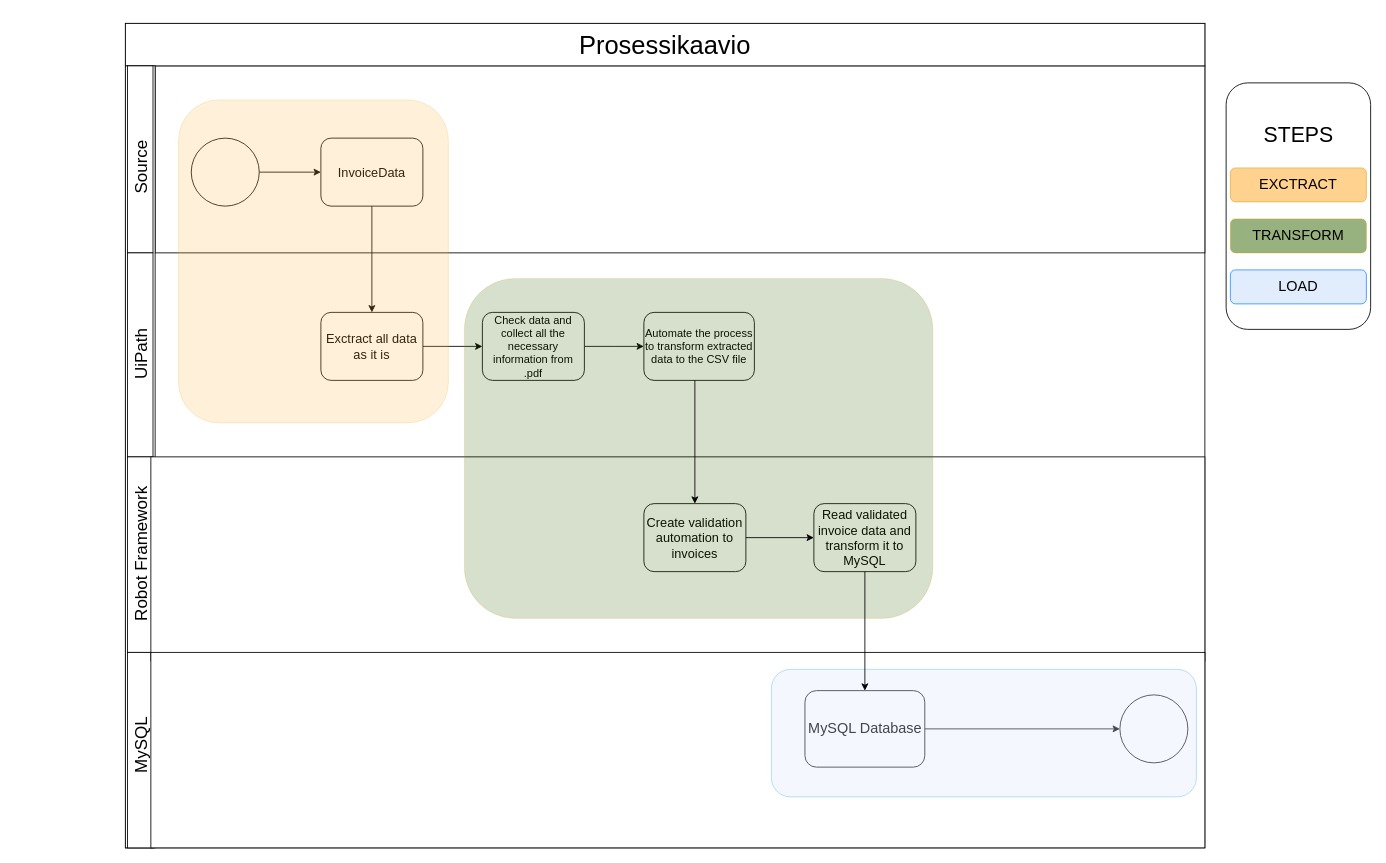
The draw.io diagram prosessikaavio.drawio in Tupolaa/Ohjelmistorobotiikka, before the edit. Source tidied: cells renumbered, new cells numbered last; positions are measured from the earlier drawing's top-left corner, leaving out a move shared by most shapes. Both pictures are drawn from the tidied source at 85%, with x=0, y=0 at pixel (64, 23).
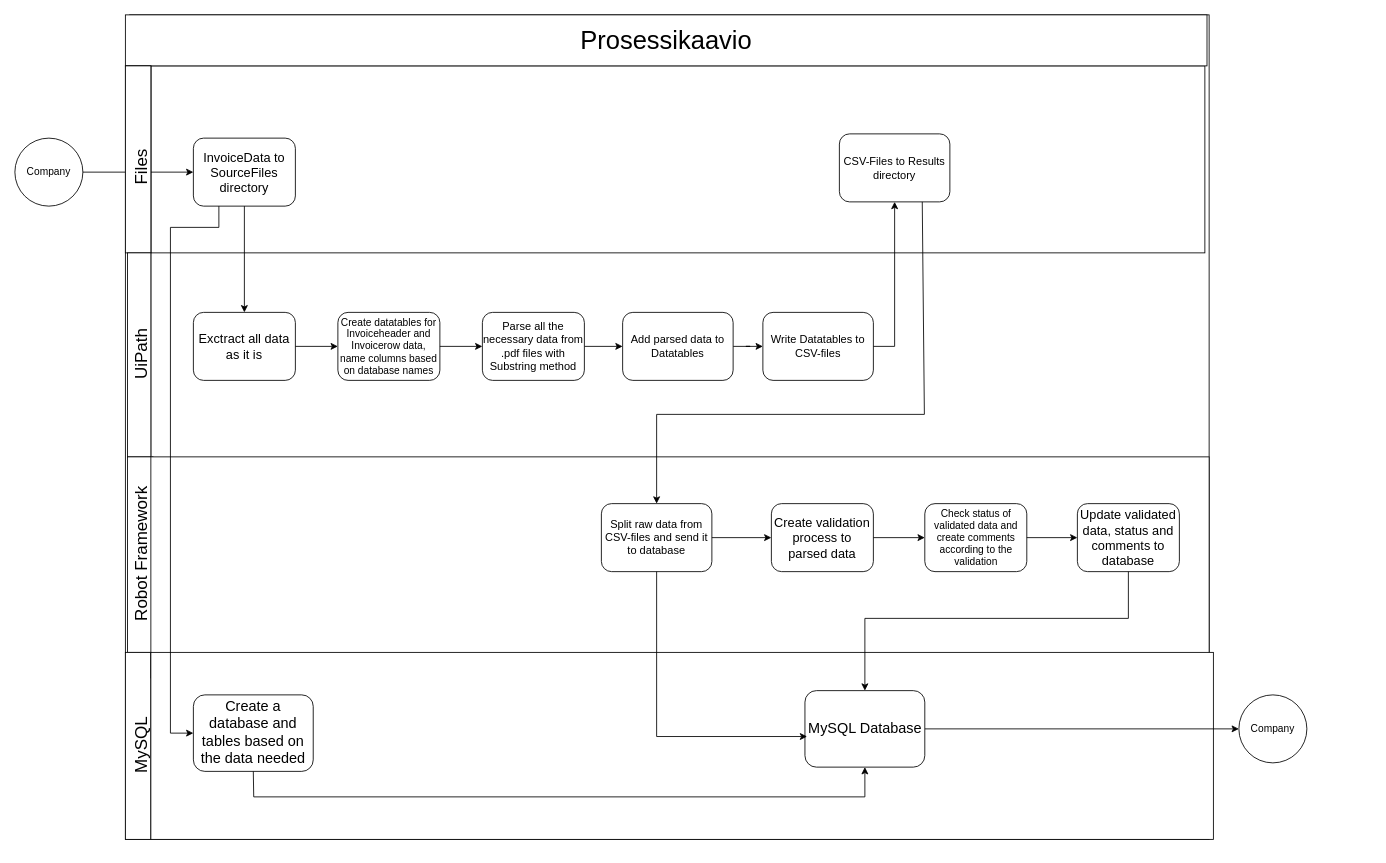
The same page after the edit.

The change refers to these unchanged cells:
```xml
<mxCell id="32" value="&lt;span style=&quot;font-size: 17px;&quot;&gt;MySQL Database&lt;/span&gt;" style="html=1;whiteSpace=wrap;rounded=1;" parent="1" vertex="1">
  <mxGeometry x="871.5" y="785" width="141" height="90" as="geometry" />
</mxCell>
```

What changed in the source:
```diff
@@
-    <mxCell id="2" style="rounded=1;whiteSpace=wrap;html=1;" parent="1" vertex="1">
-      <mxGeometry x="1367" y="70" width="170" height="290" as="geometry" />
-    </mxCell>
     <mxCell id="3" style="rounded=0;whiteSpace=wrap;html=1;" parent="1" vertex="1">
-      <mxGeometry x="72" width="1270" height="970" as="geometry" />
+      <mxGeometry x="77" y="-10" width="1270" height="970" as="geometry" />
     </mxCell>
     <mxCell id="4" style="whiteSpace=wrap;html=1;" parent="1" vertex="1">
-      <mxGeometry x="107" y="50" width="1235" height="220" as="geometry" />
+      <mxGeometry x="102" y="50" width="1240" height="220" as="geometry" />
     </mxCell>
     <mxCell id="5" style="shape=mxgraph.bpmn.shape;html=1;verticalLabelPosition=bottom;labelBackgroundColor=#ffffff;verticalAlign=top;perimeter=ellipsePerimeter;outline=standard;symbol=general;" parent="1" vertex="1">
-      <mxGeometry x="149.5" y="135" width="80" height="80" as="geometry" />
+      <mxGeometry x="-58" y="135" width="80" height="80" as="geometry" />
     </mxCell>
-    <mxCell id="6" value="&lt;span style=&quot;font-size: 15px;&quot;&gt;InvoiceData&lt;/span&gt;" style="shape=ext;rounded=1;html=1;whiteSpace=wrap;" parent="1" vertex="1">
-      <mxGeometry x="302" y="135" width="120" height="80" as="geometry" />
+    <mxCell id="6" value="&lt;span style=&quot;font-size: 15px;&quot;&gt;InvoiceData to SourceFiles directory&lt;/span&gt;" style="shape=ext;rounded=1;html=1;whiteSpace=wrap;" parent="1" vertex="1">
+      <mxGeometry x="152" y="135" width="120" height="80" as="geometry" />
     </mxCell>
-    <mxCell id="7" style="edgeStyle=orthogonalEdgeStyle;rounded=0;jettySize=auto;html=1;entryX=0;entryY=0.5;entryDx=0;entryDy=0;" parent="1" edge="1" source="8" target="23">
-      <mxGeometry relative="1" as="geometry" />
-    </mxCell>
     <mxCell id="8" value="&lt;font style=&quot;font-size: 15px;&quot;&gt;Exctract all data as it is&lt;/font&gt;" style="shape=ext;rounded=1;html=1;whiteSpace=wrap;" parent="1" vertex="1">
-      <mxGeometry x="302" y="340" width="120" height="80" as="geometry" />
+      <mxGeometry x="152" y="340" width="120" height="80" as="geometry" />
     </mxCell>
@@
     <mxCell id="11" value="&lt;font style=&quot;font-size: 30px;&quot;&gt;Prosessikaavio&lt;/font&gt;" style="whiteSpace=wrap;html=1;" parent="1" vertex="1">
-      <mxGeometry x="72" width="1270" height="50" as="geometry" />
+      <mxGeometry x="72" y="-10" width="1272.5" height="60" as="geometry" />
     </mxCell>
     <mxCell id="12" style="whiteSpace=wrap;html=1;" parent="1" vertex="1">
-      <mxGeometry x="72" y="50" width="35" height="920" as="geometry" />
+      <mxGeometry x="72" y="50" width="30" height="910" as="geometry" />
     </mxCell>
     <mxCell id="13" style="whiteSpace=wrap;html=1;direction=south;" parent="1" vertex="1">
-      <mxGeometry x="74.5" y="50" width="30" height="220" as="geometry" />
+      <mxGeometry x="72" y="50" width="30" height="220" as="geometry" />
     </mxCell>
     <mxCell id="14" style="whiteSpace=wrap;html=1;direction=south;" parent="1" vertex="1">
-      <mxGeometry x="74.5" y="270" width="30" height="240" as="geometry" />
+      <mxGeometry x="74.5" y="270" width="27.5" height="240" as="geometry" />
     </mxCell>
@@
+    <mxCell id="41" style="edgeStyle=orthogonalEdgeStyle;rounded=0;jettySize=auto;html=1;" parent="1" edge="1" source="16" target="55">
+      <mxGeometry relative="1" as="geometry" />
+    </mxCell>
     <mxCell id="16" style="whiteSpace=wrap;html=1;direction=south;" parent="1" vertex="1">
-      <mxGeometry x="74.5" y="740" width="30" height="230" as="geometry" />
+      <mxGeometry x="72" y="740" width="30" height="220" as="geometry" />
     </mxCell>
-    <mxCell id="17" value="&lt;font style=&quot;font-size: 20px;&quot;&gt;Source&lt;/font&gt;" style="text;html=1;align=center;verticalAlign=middle;strokeColor=none;fillColor=none;rotation=270;" parent="1" vertex="1">
-      <mxGeometry x="44.5" y="150" width="90" height="40" as="geometry" />
+    <mxCell id="17" value="&lt;font style=&quot;font-size: 20px;&quot;&gt;Files&lt;/font&gt;" style="text;html=1;align=center;verticalAlign=middle;strokeColor=none;fillColor=none;rotation=270;" parent="1" vertex="1">
+      <mxGeometry x="54.5" y="150" width="70" height="40" as="geometry" />
     </mxCell>
@@
     <mxCell id="21" style="whiteSpace=wrap;html=1;" parent="1" vertex="1">
-      <mxGeometry x="102" y="510" width="1240" height="240" as="geometry" />
+      <mxGeometry x="102" y="510" width="1245" height="260" as="geometry" />
     </mxCell>
-    <mxCell id="22" style="edgeStyle=orthogonalEdgeStyle;rounded=0;jettySize=auto;html=1;" parent="1" edge="1" source="23">
-      <mxGeometry relative="1" as="geometry">
-        <mxPoint x="682" y="380" as="targetPoint" />
-      </mxGeometry>
+    <mxCell id="22" style="edgeStyle=orthogonalEdgeStyle;rounded=0;jettySize=auto;html=1;entryX=0;entryY=0.5;entryDx=0;entryDy=0;" parent="1" edge="1" source="23" target="60">
+      <mxGeometry relative="1" as="geometry" />
     </mxCell>
-    <mxCell id="23" value="&lt;font style=&quot;font-size: 13px;&quot;&gt;Check data and collect all the necessary information from .pdf&lt;/font&gt;" style="shape=ext;rounded=1;html=1;whiteSpace=wrap;" parent="1" vertex="1">
+    <mxCell id="23" value="&lt;font style=&quot;font-size: 13px;&quot;&gt;Parse all the necessary data from .pdf files with Substring method&lt;/font&gt;" style="shape=ext;rounded=1;html=1;whiteSpace=wrap;" parent="1" vertex="1">
       <mxGeometry x="492" y="340" width="120" height="80" as="geometry" />
     </mxCell>
     <mxCell id="24" style="whiteSpace=wrap;html=1;" parent="1" vertex="1">
-      <mxGeometry x="102" y="740" width="1240" height="230" as="geometry" />
+      <mxGeometry x="102" y="740" width="1250" height="220" as="geometry" />
     </mxCell>
-    <mxCell id="25" value="&lt;span style=&quot;font-size: 15px;&quot;&gt;Create validation automation to invoices&lt;/span&gt;" style="html=1;whiteSpace=wrap;rounded=1;" parent="1" vertex="1">
-      <mxGeometry x="682" y="565" width="120" height="80" as="geometry" />
-    </mxCell>
@@
-    <mxCell id="27" style="ellipse;whiteSpace=wrap;html=1;rounded=1;" parent="1" vertex="1">
-      <mxGeometry x="1242" y="790" width="80" height="80" as="geometry" />
+    <mxCell id="27" value="Company" style="ellipse;whiteSpace=wrap;html=1;rounded=1;" parent="1" vertex="1">
+      <mxGeometry x="1382" y="790" width="80" height="80" as="geometry" />
     </mxCell>
-    <mxCell id="28" style="rounded=1;whiteSpace=wrap;html=1;fillColor=#FFB545;strokeColor=#d79b00;opacity=20;" parent="1" vertex="1">
-      <mxGeometry x="134.5" y="90" width="317.5" height="380" as="geometry" />
-    </mxCell>
-    <mxCell id="29" value="&lt;font style=&quot;font-size: 13px;&quot;&gt;Automate the process to transform extracted data to the CSV file&lt;/font&gt;" style="rounded=1;whiteSpace=wrap;html=1;fillColor=#FFFFFF;" parent="1" vertex="1">
-      <mxGeometry x="682" y="340" width="130" height="80" as="geometry" />
+    <mxCell id="29" value="&lt;span style=&quot;font-size: 13px;&quot;&gt;Write Datatables to CSV-files&lt;/span&gt;" style="rounded=1;whiteSpace=wrap;html=1;fillColor=#FFFFFF;" parent="1" vertex="1">
+      <mxGeometry x="822" y="340" width="130" height="80" as="geometry" />
     </mxCell>
-    <mxCell id="30" value="&lt;span style=&quot;font-size: 15px;&quot;&gt;Read validated invoice data and transform it to MySQL&lt;/span&gt;" style="html=1;whiteSpace=wrap;rounded=1;" parent="1" vertex="1">
-      <mxGeometry x="882" y="565" width="120" height="80" as="geometry" />
+    <mxCell id="30" value="&lt;span style=&quot;font-size: 15px;&quot;&gt;Update validated data, status and comments to database&lt;/span&gt;" style="html=1;whiteSpace=wrap;rounded=1;" parent="1" vertex="1">
+      <mxGeometry x="1192" y="565" width="120" height="80" as="geometry" />
     </mxCell>
-    <mxCell id="31" style="rounded=1;whiteSpace=wrap;html=1;fillColor=#336600;strokeColor=#d79b00;opacity=20;" parent="1" vertex="1">
-      <mxGeometry x="470.8" y="300" width="551.2" height="400" as="geometry" />
-    </mxCell>
@@
-    <mxCell id="33" style="rounded=1;whiteSpace=wrap;html=1;fillColor=#dae8fc;strokeColor=#007FFF;opacity=30;" parent="1" vertex="1">
-      <mxGeometry x="832" y="760" width="500" height="150" as="geometry" />
-    </mxCell>
-    <mxCell id="34" value="&lt;font style=&quot;font-size: 17px;&quot;&gt;EXCTRACT&lt;/font&gt;" style="rounded=1;whiteSpace=wrap;html=1;fillColor=#FFB545;strokeColor=#d79b00;opacity=60;" parent="1" vertex="1">
-      <mxGeometry x="1372" y="170" width="160" height="40" as="geometry" />
-    </mxCell>
-    <mxCell id="35" value="&lt;font style=&quot;font-size: 17px;&quot;&gt;TRANSFORM&lt;/font&gt;" style="rounded=1;whiteSpace=wrap;html=1;fillColor=#336600;strokeColor=#d79b00;opacity=50;" parent="1" vertex="1">
-      <mxGeometry x="1372" y="230" width="160" height="40" as="geometry" />
-    </mxCell>
-    <mxCell id="36" value="&lt;font style=&quot;font-size: 17px;&quot;&gt;LOAD&lt;/font&gt;" style="rounded=1;whiteSpace=wrap;html=1;fillColor=#dae8fc;strokeColor=#007FFF;opacity=80;" parent="1" vertex="1">
-      <mxGeometry x="1372" y="290" width="160" height="40" as="geometry" />
-    </mxCell>
-    <mxCell id="37" value="&lt;font style=&quot;font-size: 25px;&quot;&gt;STEPS&lt;/font&gt;" style="text;html=1;align=center;verticalAlign=middle;strokeColor=none;fillColor=none;" parent="1" vertex="1">
-      <mxGeometry x="1397" y="110" width="110" height="40" as="geometry" />
-    </mxCell>
-    <mxCell id="38" style="endArrow=classic;html=1;rounded=0;entryX=0.5;entryY=0;entryDx=0;entryDy=0;" parent="1" edge="1" target="25">
-      <mxGeometry relative="1" as="geometry">
-        <mxPoint x="742" y="420" as="sourcePoint" />
-      </mxGeometry>
-    </mxCell>
-    <mxCell id="39" style="endArrow=classic;html=1;rounded=0;entryX=0;entryY=0.5;entryDx=0;entryDy=0;" parent="1" edge="1" target="30">
-      <mxGeometry relative="1" as="geometry">
-        <mxPoint x="802" y="605" as="sourcePoint" />
-      </mxGeometry>
-    </mxCell>
-    <mxCell id="40" style="endArrow=classic;html=1;rounded=0;entryX=0.5;entryY=0;entryDx=0;entryDy=0;" parent="1" edge="1" target="32">
-      <mxGeometry relative="1" as="geometry">
-        <mxPoint x="942" y="645" as="sourcePoint" />
-      </mxGeometry>
-    </mxCell>
+    <mxCell id="42" value="Company" style="text;html=1;align=center;verticalAlign=middle;whiteSpace=wrap;rounded=0;" parent="1" vertex="1">
+      <mxGeometry x="-48" y="160" width="60" height="30" as="geometry" />
+    </mxCell>
+    <mxCell id="43" value="&lt;font style=&quot;font-size: 13px;&quot;&gt;CSV-Files to Results directory&lt;/font&gt;" style="rounded=1;whiteSpace=wrap;html=1;fillColor=#FFFFFF;" parent="1" vertex="1">
+      <mxGeometry x="912" y="130" width="130" height="80" as="geometry" />
+    </mxCell>
+    <mxCell id="44" style="endArrow=classic;html=1;rounded=0;exitX=1;exitY=0.5;exitDx=0;exitDy=0;entryX=0.5;entryY=1;entryDx=0;entryDy=0;" parent="1" edge="1" source="29" target="43">
+      <mxGeometry relative="1" as="geometry">
+        <Array as="points">
+          <mxPoint x="977" y="380" />
+        </Array>
+      </mxGeometry>
+    </mxCell>
+    <mxCell id="25" value="&lt;span style=&quot;font-size: 15px;&quot;&gt;Create validation process to parsed data&lt;/span&gt;" style="html=1;whiteSpace=wrap;rounded=1;" parent="1" vertex="1">
+      <mxGeometry x="832" y="565" width="120" height="80" as="geometry" />
+    </mxCell>
+    <mxCell id="45" value="&lt;font style=&quot;font-size: 13px;&quot;&gt;Split raw data from CSV-files and send it to database&lt;/font&gt;" style="rounded=1;whiteSpace=wrap;html=1;fillColor=#FFFFFF;" parent="1" vertex="1">
+      <mxGeometry x="632" y="565" width="130" height="80" as="geometry" />
+    </mxCell>
+    <mxCell id="46" style="endArrow=classic;html=1;rounded=0;entryX=0.5;entryY=0;entryDx=0;entryDy=0;exitX=0.75;exitY=1;exitDx=0;exitDy=0;" parent="1" edge="1" source="43" target="45">
+      <mxGeometry relative="1" as="geometry">
+        <Array as="points">
+          <mxPoint x="1012" y="460" />
+          <mxPoint x="697" y="460" />
+        </Array>
+      </mxGeometry>
+    </mxCell>
+    <mxCell id="47" style="endArrow=classic;html=1;rounded=0;entryX=0;entryY=0.5;entryDx=0;entryDy=0;exitX=1;exitY=0.5;exitDx=0;exitDy=0;" parent="1" edge="1" source="45" target="25">
+      <mxGeometry relative="1" as="geometry" />
+    </mxCell>
+    <mxCell id="48" style="endArrow=classic;html=1;rounded=0;exitX=0.5;exitY=1;exitDx=0;exitDy=0;entryX=0.018;entryY=0.6;entryDx=0;entryDy=0;entryPerimeter=0;" parent="1" edge="1" source="45" target="32">
+      <mxGeometry relative="1" as="geometry">
+        <Array as="points">
+          <mxPoint x="697" y="839" />
+        </Array>
+      </mxGeometry>
+    </mxCell>
+    <mxCell id="49" value="&lt;font style=&quot;font-size: 12px;&quot;&gt;Check status of validated data and create comments according to the validation&lt;/font&gt;" style="html=1;whiteSpace=wrap;rounded=1;" parent="1" vertex="1">
+      <mxGeometry x="1012.5" y="565" width="120" height="80" as="geometry" />
+    </mxCell>
+    <mxCell id="50" style="endArrow=classic;html=1;rounded=0;exitX=1;exitY=0.5;exitDx=0;exitDy=0;entryX=0;entryY=0.5;entryDx=0;entryDy=0;" parent="1" edge="1" source="25" target="49">
+      <mxGeometry relative="1" as="geometry" />
+    </mxCell>
+    <mxCell id="51" style="endArrow=classic;html=1;rounded=0;exitX=1;exitY=0.5;exitDx=0;exitDy=0;entryX=0;entryY=0.5;entryDx=0;entryDy=0;" parent="1" edge="1" source="49" target="30">
+      <mxGeometry relative="1" as="geometry" />
+    </mxCell>
+    <mxCell id="52" style="endArrow=classic;html=1;rounded=0;entryX=0.5;entryY=0;entryDx=0;entryDy=0;exitX=0.5;exitY=1;exitDx=0;exitDy=0;" parent="1" edge="1" source="30" target="32">
+      <mxGeometry relative="1" as="geometry">
+        <Array as="points">
+          <mxPoint x="1252" y="700" />
+          <mxPoint x="942" y="700" />
+        </Array>
+      </mxGeometry>
+    </mxCell>
+    <mxCell id="53" value="Create datatables for Invoiceheader and Invoicerow data, name columns based on database names" style="shape=ext;rounded=1;html=1;whiteSpace=wrap;" parent="1" vertex="1">
+      <mxGeometry x="322" y="340" width="120" height="80" as="geometry" />
+    </mxCell>
+    <mxCell id="54" style="endArrow=classic;html=1;rounded=0;entryX=0;entryY=0.5;entryDx=0;entryDy=0;" parent="1" edge="1" target="53">
+      <mxGeometry relative="1" as="geometry">
+        <mxPoint x="272" y="380" as="sourcePoint" />
+      </mxGeometry>
+    </mxCell>
+    <mxCell id="55" value="&lt;span style=&quot;font-size: 17px;&quot;&gt;Create a database and tables based on the data needed&lt;/span&gt;" style="html=1;whiteSpace=wrap;rounded=1;" parent="1" vertex="1">
+      <mxGeometry x="152" y="790" width="141" height="90" as="geometry" />
+    </mxCell>
+    <mxCell id="56" style="endArrow=classic;html=1;rounded=0;entryX=0;entryY=0.5;entryDx=0;entryDy=0;exitX=0.25;exitY=1;exitDx=0;exitDy=0;" parent="1" edge="1" source="6" target="55">
+      <mxGeometry relative="1" as="geometry">
+        <Array as="points">
+          <mxPoint x="182" y="240" />
+          <mxPoint x="125" y="240" />
+          <mxPoint x="125" y="835" />
+        </Array>
+      </mxGeometry>
+    </mxCell>
+    <mxCell id="57" style="endArrow=classic;html=1;rounded=0;entryX=0.5;entryY=1;entryDx=0;entryDy=0;exitX=0.5;exitY=1;exitDx=0;exitDy=0;" parent="1" edge="1" source="55" target="32">
+      <mxGeometry relative="1" as="geometry">
+        <Array as="points">
+          <mxPoint x="223" y="910" />
+          <mxPoint x="942" y="910" />
+        </Array>
+      </mxGeometry>
+    </mxCell>
+    <mxCell id="58" style="endArrow=classic;html=1;rounded=0;exitX=1;exitY=0.5;exitDx=0;exitDy=0;entryX=0;entryY=0.5;entryDx=0;entryDy=0;" parent="1" edge="1" source="53" target="23">
+      <mxGeometry relative="1" as="geometry" />
+    </mxCell>
+    <mxCell id="59" style="edgeStyle=orthogonalEdgeStyle;rounded=0;jettySize=auto;html=1;" parent="1" edge="1" source="60" target="29">
+      <mxGeometry relative="1" as="geometry" />
+    </mxCell>
+    <mxCell id="60" value="&lt;span style=&quot;font-size: 13px;&quot;&gt;Add parsed data to Datatables&lt;/span&gt;" style="rounded=1;whiteSpace=wrap;html=1;fillColor=#FFFFFF;" parent="1" vertex="1">
+      <mxGeometry x="657" y="340" width="130" height="80" as="geometry" />
+    </mxCell>
```
